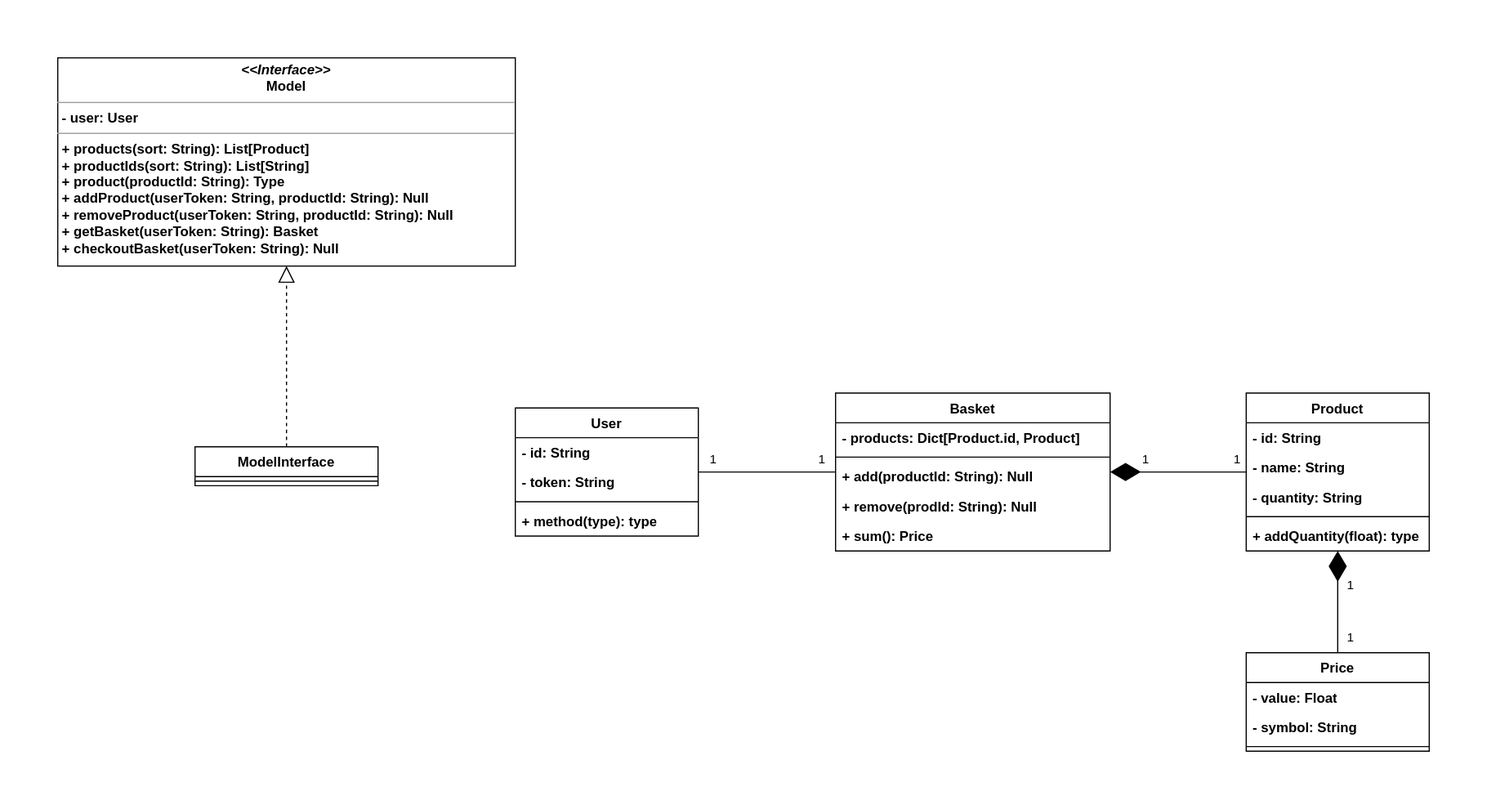
This is doc/resources/class-diagram.drawio.svg from israel-meiresonne/e-shop-1-backend, a draw.io export, as it was before one commit. Source tidied: cells renumbered, new cells last; positions are measured from the earlier drawing's top-left corner, leaving out a move shared by most shapes. Source of this version:
```xml
<mxGraphModel>
  <root>
    <mxCell id="0" />
    <mxCell id="1" parent="0" />
    <mxCell id="2" value="User" style="swimlane;fontStyle=1;align=center;verticalAlign=top;horizontal=1;startSize=26;whiteSpace=wrap;html=1;" parent="1" vertex="1">
      <mxGeometry x="400" y="306" width="160" height="112" as="geometry" />
    </mxCell>
    <mxCell id="3" value="- id: String" style="text;strokeColor=none;fillColor=none;align=left;verticalAlign=top;spacingLeft=4;spacingRight=4;overflow=hidden;whiteSpace=wrap;html=1;fontStyle=1;" parent="2" vertex="1">
      <mxGeometry y="26" width="160" height="26" as="geometry" />
    </mxCell>
    <mxCell id="4" value="- token: String" style="text;strokeColor=none;fillColor=none;align=left;verticalAlign=top;spacingLeft=4;spacingRight=4;overflow=hidden;whiteSpace=wrap;html=1;fontStyle=1;" parent="2" vertex="1">
      <mxGeometry y="52" width="160" height="26" as="geometry" />
    </mxCell>
    <mxCell id="5" style="line;strokeWidth=1;fillColor=none;align=left;verticalAlign=middle;spacingTop=-1;spacingLeft=3;spacingRight=3;labelPosition=right;strokeColor=inherit;" parent="2" vertex="1">
      <mxGeometry y="78" width="160" height="8" as="geometry" />
    </mxCell>
    <mxCell id="6" value="+ method(type): type" style="text;strokeColor=none;fillColor=none;align=left;verticalAlign=top;spacingLeft=4;spacingRight=4;overflow=hidden;whiteSpace=wrap;html=1;fontStyle=1;" parent="2" vertex="1">
      <mxGeometry y="86" width="160" height="26" as="geometry" />
    </mxCell>
    <mxCell id="7" value="&lt;p style=&quot;margin:0px;margin-top:4px;text-align:center;&quot;&gt;&lt;i&gt;&amp;lt;&amp;lt;Interface&amp;gt;&amp;gt;&lt;/i&gt;&lt;br&gt;&lt;span&gt;Model&lt;/span&gt;&lt;/p&gt;&lt;hr size=&quot;1&quot;&gt;&lt;p style=&quot;margin:0px;margin-left:4px;&quot;&gt;- user: User&lt;br&gt;&lt;/p&gt;&lt;hr size=&quot;1&quot;&gt;&lt;p style=&quot;margin:0px;margin-left:4px;&quot;&gt;+ products(sort: String): List[Product]&lt;/p&gt;&lt;p style=&quot;margin:0px;margin-left:4px;&quot;&gt;+ productIds(sort: String): List[String]&lt;br&gt;+ product(productId: String): Type&lt;br&gt;+ addProduct(userToken: String, productId: String): Null&lt;br&gt;+ removeProduct(userToken: String, productId: String): Null&lt;br&gt;+ getBasket(userToken: String): Basket&lt;br&gt;+ checkoutBasket(userToken: String): Null&lt;br&gt;&lt;/p&gt;" style="verticalAlign=top;align=left;overflow=fill;fontSize=12;fontFamily=Helvetica;html=1;whiteSpace=wrap;fontStyle=1;" parent="1" vertex="1">
      <mxGeometry width="400" height="182" as="geometry" />
    </mxCell>
    <mxCell id="8" value="Basket" style="swimlane;fontStyle=1;align=center;verticalAlign=top;horizontal=1;startSize=26;whiteSpace=wrap;html=1;" parent="1" vertex="1">
      <mxGeometry x="680" y="293" width="240" height="138" as="geometry" />
    </mxCell>
    <mxCell id="9" value="&lt;b&gt;- products: Dict[Product.id, Product]&lt;/b&gt;" style="text;strokeColor=none;fillColor=none;align=left;verticalAlign=top;spacingLeft=4;spacingRight=4;overflow=hidden;whiteSpace=wrap;html=1;" parent="8" vertex="1">
      <mxGeometry y="26" width="240" height="26" as="geometry" />
    </mxCell>
    <mxCell id="10" style="line;strokeWidth=1;fillColor=none;align=left;verticalAlign=middle;spacingTop=-1;spacingLeft=3;spacingRight=3;labelPosition=right;strokeColor=inherit;" parent="8" vertex="1">
      <mxGeometry y="52" width="240" height="8" as="geometry" />
    </mxCell>
    <mxCell id="11" value="+ add(productId: String): Null" style="text;strokeColor=none;fillColor=none;align=left;verticalAlign=top;spacingLeft=4;spacingRight=4;overflow=hidden;whiteSpace=wrap;html=1;fontStyle=1;" parent="8" vertex="1">
      <mxGeometry y="60" width="240" height="26" as="geometry" />
    </mxCell>
    <mxCell id="12" value="+ remove(prodId: String): Null" style="text;strokeColor=none;fillColor=none;align=left;verticalAlign=top;spacingLeft=4;spacingRight=4;overflow=hidden;whiteSpace=wrap;html=1;fontStyle=1;" parent="8" vertex="1">
      <mxGeometry y="86" width="240" height="26" as="geometry" />
    </mxCell>
    <mxCell id="13" value="+ sum(): Price" style="text;strokeColor=none;fillColor=none;align=left;verticalAlign=top;spacingLeft=4;spacingRight=4;overflow=hidden;whiteSpace=wrap;html=1;fontStyle=1;" parent="8" vertex="1">
      <mxGeometry y="112" width="240" height="26" as="geometry" />
    </mxCell>
    <mxCell id="14" value="Product" style="swimlane;fontStyle=1;align=center;verticalAlign=top;horizontal=1;startSize=26;whiteSpace=wrap;html=1;" parent="1" vertex="1">
      <mxGeometry x="1039" y="293" width="160" height="138" as="geometry" />
    </mxCell>
    <mxCell id="15" value="- id: String" style="text;strokeColor=none;fillColor=none;align=left;verticalAlign=top;spacingLeft=4;spacingRight=4;overflow=hidden;whiteSpace=wrap;html=1;fontStyle=1;" parent="14" vertex="1">
      <mxGeometry y="26" width="160" height="26" as="geometry" />
    </mxCell>
    <mxCell id="16" value="- name: String" style="text;strokeColor=none;fillColor=none;align=left;verticalAlign=top;spacingLeft=4;spacingRight=4;overflow=hidden;whiteSpace=wrap;html=1;fontStyle=1;" parent="14" vertex="1">
      <mxGeometry y="52" width="160" height="26" as="geometry" />
    </mxCell>
    <mxCell id="17" value="- quantity: String" style="text;strokeColor=none;fillColor=none;align=left;verticalAlign=top;spacingLeft=4;spacingRight=4;overflow=hidden;whiteSpace=wrap;html=1;fontStyle=1;" parent="14" vertex="1">
      <mxGeometry y="78" width="160" height="26" as="geometry" />
    </mxCell>
    <mxCell id="18" style="line;strokeWidth=1;fillColor=none;align=left;verticalAlign=middle;spacingTop=-1;spacingLeft=3;spacingRight=3;labelPosition=right;strokeColor=inherit;" parent="14" vertex="1">
      <mxGeometry y="104" width="160" height="8" as="geometry" />
    </mxCell>
    <mxCell id="19" value="+ addQuantity(float): type" style="text;strokeColor=none;fillColor=none;align=left;verticalAlign=top;spacingLeft=4;spacingRight=4;overflow=hidden;whiteSpace=wrap;html=1;fontStyle=1;" parent="14" vertex="1">
      <mxGeometry y="112" width="160" height="26" as="geometry" />
    </mxCell>
    <mxCell id="20" style="endArrow=none;html=1;rounded=0;" parent="1" edge="1" source="2" target="8">
      <mxGeometry relative="1" as="geometry" />
    </mxCell>
    <mxCell id="21" value="1" style="edgeLabel;html=1;align=center;verticalAlign=middle;" parent="20" vertex="1">
      <mxGeometry x="-0.8" relative="1" as="geometry">
        <mxPoint y="-12" as="offset" />
      </mxGeometry>
    </mxCell>
    <mxCell id="22" value="1" style="edgeLabel;html=1;align=center;verticalAlign=middle;" parent="20" vertex="1">
      <mxGeometry x="0.78" y="1" relative="1" as="geometry">
        <mxPoint y="-11" as="offset" />
      </mxGeometry>
    </mxCell>
    <mxCell id="23" value="Price" style="swimlane;fontStyle=1;align=center;verticalAlign=top;horizontal=1;startSize=26;whiteSpace=wrap;html=1;" parent="1" vertex="1">
      <mxGeometry x="1039" y="520" width="160" height="86" as="geometry" />
    </mxCell>
    <mxCell id="24" value="- value: Float" style="text;strokeColor=none;fillColor=none;align=left;verticalAlign=top;spacingLeft=4;spacingRight=4;overflow=hidden;whiteSpace=wrap;html=1;fontStyle=1;" parent="23" vertex="1">
      <mxGeometry y="26" width="160" height="26" as="geometry" />
    </mxCell>
    <mxCell id="25" value="- symbol: String" style="text;strokeColor=none;fillColor=none;align=left;verticalAlign=top;spacingLeft=4;spacingRight=4;overflow=hidden;whiteSpace=wrap;html=1;fontStyle=1;" parent="23" vertex="1">
      <mxGeometry y="52" width="160" height="26" as="geometry" />
    </mxCell>
    <mxCell id="26" style="line;strokeWidth=1;fillColor=none;align=left;verticalAlign=middle;spacingTop=-1;spacingLeft=3;spacingRight=3;labelPosition=right;strokeColor=inherit;" parent="23" vertex="1">
      <mxGeometry y="78" width="160" height="8" as="geometry" />
    </mxCell>
    <mxCell id="27" value="ModelInterface" style="swimlane;fontStyle=1;align=center;verticalAlign=top;horizontal=1;startSize=26;whiteSpace=wrap;html=1;" parent="1" vertex="1">
      <mxGeometry x="120" y="340" width="160" height="34" as="geometry" />
    </mxCell>
    <mxCell id="28" style="line;strokeWidth=1;fillColor=none;align=left;verticalAlign=middle;spacingTop=-1;spacingLeft=3;spacingRight=3;labelPosition=right;strokeColor=inherit;" parent="27" vertex="1">
      <mxGeometry y="26" width="160" height="8" as="geometry" />
    </mxCell>
    <mxCell id="29" style="endArrow=block;dashed=1;endFill=0;endSize=12;html=1;rounded=0;" parent="1" edge="1" source="27" target="7">
      <mxGeometry relative="1" as="geometry" />
    </mxCell>
    <mxCell id="30" style="endArrow=diamondThin;endFill=1;endSize=24;html=1;rounded=0;" parent="1" edge="1" source="23" target="14">
      <mxGeometry relative="1" as="geometry" />
    </mxCell>
    <mxCell id="31" value="1" style="edgeLabel;html=1;align=center;verticalAlign=middle;" parent="30" vertex="1">
      <mxGeometry x="0.46" y="-1" relative="1" as="geometry">
        <mxPoint x="9" y="5" as="offset" />
      </mxGeometry>
    </mxCell>
    <mxCell id="32" value="1" style="edgeLabel;html=1;align=center;verticalAlign=middle;" parent="30" vertex="1">
      <mxGeometry x="-0.69" relative="1" as="geometry">
        <mxPoint x="10" as="offset" />
      </mxGeometry>
    </mxCell>
    <mxCell id="33" style="endArrow=diamondThin;endFill=1;endSize=24;html=1;rounded=0;" parent="1" edge="1" source="14" target="8">
      <mxGeometry relative="1" as="geometry" />
    </mxCell>
    <mxCell id="34" value="1" style="edgeLabel;html=1;align=center;verticalAlign=middle;" parent="33" vertex="1">
      <mxGeometry x="0.46" y="-1" relative="1" as="geometry">
        <mxPoint x="-2" y="-11" as="offset" />
      </mxGeometry>
    </mxCell>
    <mxCell id="35" value="1" style="edgeLabel;html=1;align=center;verticalAlign=middle;" parent="33" vertex="1">
      <mxGeometry x="-0.69" relative="1" as="geometry">
        <mxPoint x="10" y="-12" as="offset" />
      </mxGeometry>
    </mxCell>
  </root>
</mxGraphModel>
```
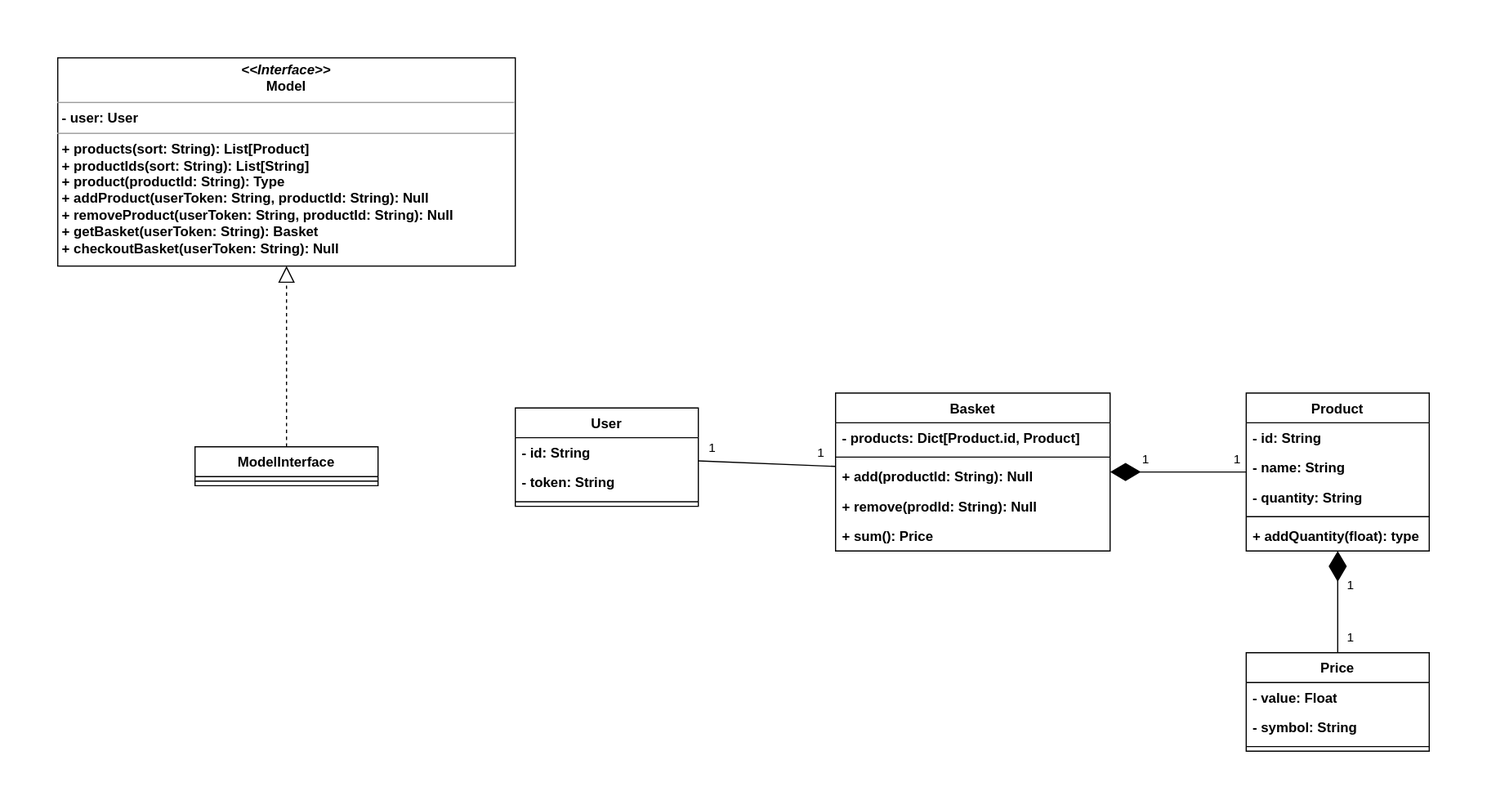
After the commit.

Commit message:
class-diagram: remove default diagram info

Diff of the diagram source:
```diff
@@ -3,7 +3,7 @@
     <mxCell id="0" />
     <mxCell id="1" parent="0" />
     <mxCell id="2" value="User" style="swimlane;fontStyle=1;align=center;verticalAlign=top;horizontal=1;startSize=26;whiteSpace=wrap;html=1;" parent="1" vertex="1">
-      <mxGeometry x="400" y="306" width="160" height="112" as="geometry" />
+      <mxGeometry x="400" y="306" width="160" height="86" as="geometry" />
     </mxCell>
     <mxCell id="3" value="- id: String" style="text;strokeColor=none;fillColor=none;align=left;verticalAlign=top;spacingLeft=4;spacingRight=4;overflow=hidden;whiteSpace=wrap;html=1;fontStyle=1;" parent="2" vertex="1">
       <mxGeometry y="26" width="160" height="26" as="geometry" />
@@ -14,9 +14,6 @@
     <mxCell id="5" style="line;strokeWidth=1;fillColor=none;align=left;verticalAlign=middle;spacingTop=-1;spacingLeft=3;spacingRight=3;labelPosition=right;strokeColor=inherit;" parent="2" vertex="1">
       <mxGeometry y="78" width="160" height="8" as="geometry" />
     </mxCell>
-    <mxCell id="6" value="+ method(type): type" style="text;strokeColor=none;fillColor=none;align=left;verticalAlign=top;spacingLeft=4;spacingRight=4;overflow=hidden;whiteSpace=wrap;html=1;fontStyle=1;" parent="2" vertex="1">
-      <mxGeometry y="86" width="160" height="26" as="geometry" />
-    </mxCell>
     <mxCell id="7" value="&lt;p style=&quot;margin:0px;margin-top:4px;text-align:center;&quot;&gt;&lt;i&gt;&amp;lt;&amp;lt;Interface&amp;gt;&amp;gt;&lt;/i&gt;&lt;br&gt;&lt;span&gt;Model&lt;/span&gt;&lt;/p&gt;&lt;hr size=&quot;1&quot;&gt;&lt;p style=&quot;margin:0px;margin-left:4px;&quot;&gt;- user: User&lt;br&gt;&lt;/p&gt;&lt;hr size=&quot;1&quot;&gt;&lt;p style=&quot;margin:0px;margin-left:4px;&quot;&gt;+ products(sort: String): List[Product]&lt;/p&gt;&lt;p style=&quot;margin:0px;margin-left:4px;&quot;&gt;+ productIds(sort: String): List[String]&lt;br&gt;+ product(productId: String): Type&lt;br&gt;+ addProduct(userToken: String, productId: String): Null&lt;br&gt;+ removeProduct(userToken: String, productId: String): Null&lt;br&gt;+ getBasket(userToken: String): Basket&lt;br&gt;+ checkoutBasket(userToken: String): Null&lt;br&gt;&lt;/p&gt;" style="verticalAlign=top;align=left;overflow=fill;fontSize=12;fontFamily=Helvetica;html=1;whiteSpace=wrap;fontStyle=1;" parent="1" vertex="1">
       <mxGeometry width="400" height="182" as="geometry" />
     </mxCell>
```
